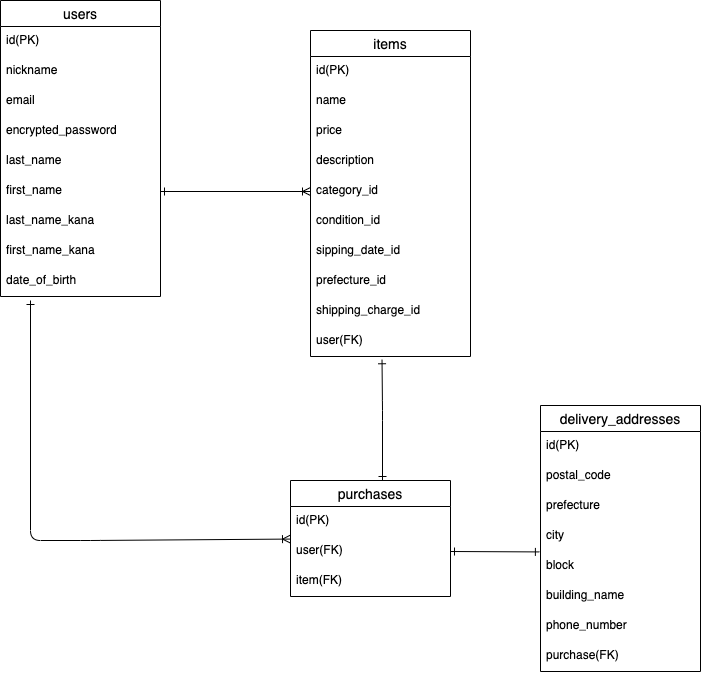
The draw.io diagram ER.png in kawaguchi0422/furima-39559, before a commit. Source tidied: cells renumbered, new cells last; positions are measured from the earlier drawing's top-left corner, leaving out a move shared by most shapes.
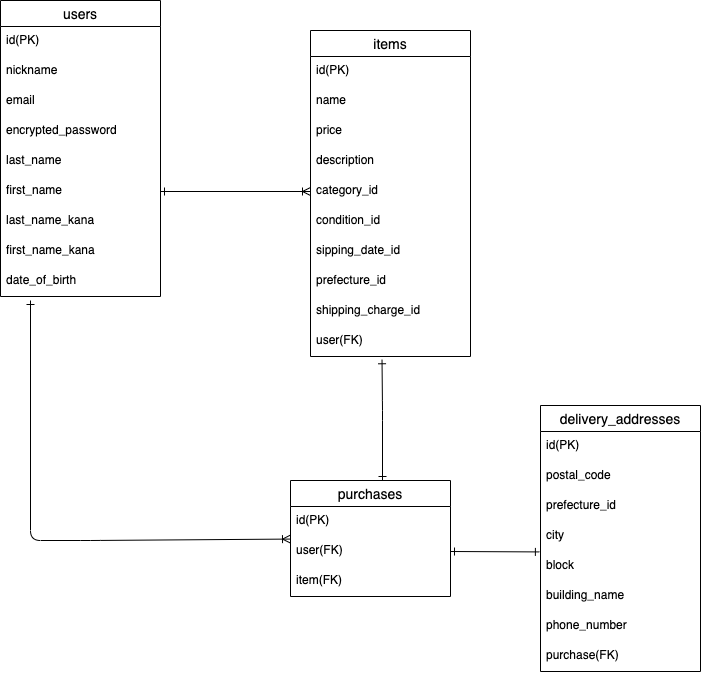
Later version of the same file.

The edit, as a diff of the source:
```diff
@@ -95,7 +95,7 @@
     <mxCell id="30" value="postal_code" style="text;strokeColor=none;fillColor=none;spacingLeft=4;spacingRight=4;overflow=hidden;fontSize=12;" parent="28" vertex="1">
       <mxGeometry y="56" width="160" height="30" as="geometry" />
     </mxCell>
-    <mxCell id="31" value="prefecture" style="text;strokeColor=none;fillColor=none;spacingLeft=4;spacingRight=4;overflow=hidden;fontSize=12;" parent="28" vertex="1">
+    <mxCell id="31" value="prefecture_id" style="text;strokeColor=none;fillColor=none;spacingLeft=4;spacingRight=4;overflow=hidden;fontSize=12;" parent="28" vertex="1">
       <mxGeometry y="86" width="160" height="30" as="geometry" />
     </mxCell>
     <mxCell id="32" value="city" style="text;strokeColor=none;fillColor=none;spacingLeft=4;spacingRight=4;overflow=hidden;points=[[0,0.5],[1,0.5]];portConstraint=eastwest;fontSize=12;" parent="28" vertex="1">
```
